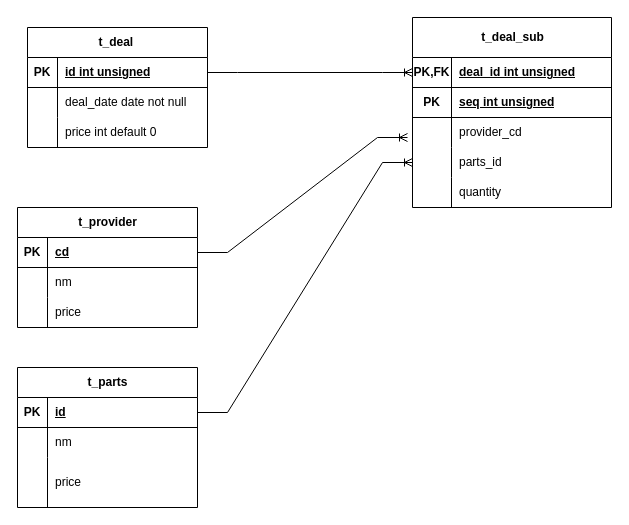
Earlier version of the draw.io diagram 제목 없는 다이어그램.drawio (JungWooojin/diregram). Source tidied: cells renumbered, new cells numbered last; positions are measured from the earlier drawing's top-left corner, leaving out a move shared by most shapes. Both pictures are drawn from the tidied source at 100%, with x=0, y=0 at pixel (17, 17).
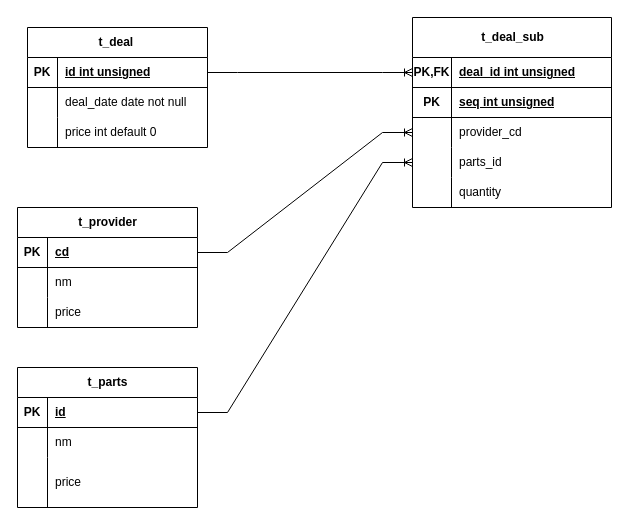
The same diagram, later.

Commit message (it also covers changes not shown here):
제목 없는 다이어그램.drawio 업데이트

The change refers to these unchanged cells:
```xml
<mxCell id="19" style="shape=tableRow;horizontal=0;startSize=0;swimlaneHead=0;swimlaneBody=0;fillColor=none;points=[[0,0.5],[1,0.5]];portConstraint=eastwest;top=0;left=0;right=0;bottom=0;" parent="12" vertex="1">
  <mxGeometry y="100" width="199" height="30" as="geometry" />
</mxCell>
<mxCell id="41" style="shape=tableRow;horizontal=0;startSize=0;swimlaneHead=0;swimlaneBody=0;fillColor=none;points=[[0,0.5],[1,0.5]];portConstraint=eastwest;top=0;left=0;right=0;bottom=1;" parent="40" vertex="1">
  <mxGeometry y="30" width="180" height="30" as="geometry" />
</mxCell>
```

Change to the diagram source:
```diff
@@
-    <mxCell id="50" style="edgeStyle=entityRelationEdgeStyle;fontSize=12;html=1;endArrow=ERoneToMany;rounded=0;exitX=1;exitY=0.5;exitDx=0;exitDy=0;" parent="1" edge="1" source="41">
-      <mxGeometry relative="1" as="geometry">
-        <mxPoint x="390" y="120" as="targetPoint" />
-      </mxGeometry>
+    <mxCell id="50" style="edgeStyle=entityRelationEdgeStyle;fontSize=12;html=1;endArrow=ERoneToMany;rounded=0;exitX=1;exitY=0.5;exitDx=0;exitDy=0;entryX=0;entryY=0.5;entryDx=0;entryDy=0;" parent="1" edge="1" source="41" target="19">
+      <mxGeometry relative="1" as="geometry" />
     </mxCell>
```
